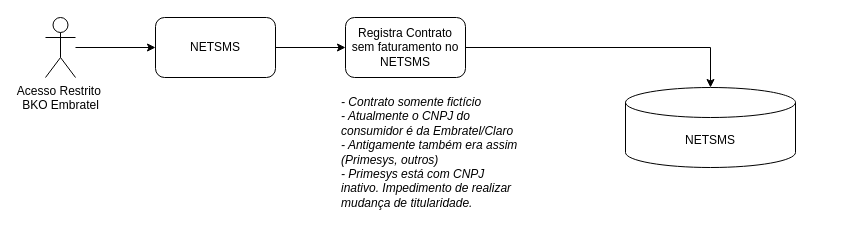
This is Alteração CNPJ PRIMESYS - BSoD NETSMS.drawio from samirali/ClaroBrasil, a draw.io file, before an edit. Source tidied: cells renumbered, new cells numbered last; positions are measured from the earlier drawing's top-left corner, leaving out a move shared by most shapes. Both pictures are drawn from the tidied source at 100%, with x=0, y=0 at pixel (45, 17).
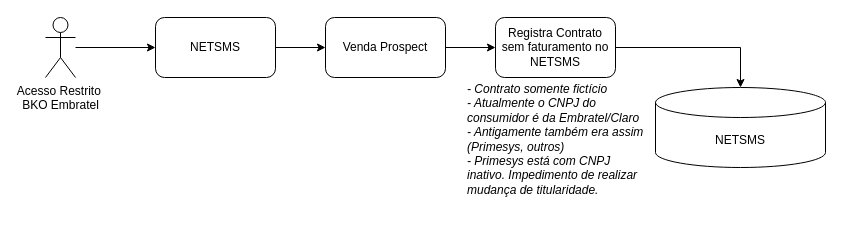
The same diagram, later.

Change to the diagram source:
```diff
@@
 <mxGraphModel>
   <root>
     <mxCell id="0" />
     <mxCell id="1" parent="0" />
-    <mxCell id="2" style="edgeStyle=orthogonalEdgeStyle;rounded=0;jettySize=auto;html=1;" parent="1" edge="1" source="3" target="6">
-      <mxGeometry relative="1" as="geometry" />
-    </mxCell>
+    <mxCell id="10" style="edgeStyle=orthogonalEdgeStyle;rounded=0;jettySize=auto;html=1;" parent="1" edge="1" source="3" target="12">
+      <mxGeometry relative="1" as="geometry" />
+    </mxCell>
     <mxCell id="3" value="NETSMS" style="rounded=1;whiteSpace=wrap;html=1;" parent="1" vertex="1">
       <mxGeometry x="110" width="120" height="60" as="geometry" />
     </mxCell>
     <mxCell id="4" style="edgeStyle=orthogonalEdgeStyle;rounded=0;jettySize=auto;html=1;entryX=0;entryY=0.5;entryDx=0;entryDy=0;" parent="1" edge="1" source="5" target="3">
       <mxGeometry relative="1" as="geometry" />
     </mxCell>
     <mxCell id="5" value="Acesso Restrito&amp;nbsp;&lt;div&gt;BKO Embratel&lt;/div&gt;" style="shape=umlActor;verticalLabelPosition=bottom;verticalAlign=top;html=1;outlineConnect=0;" parent="1" vertex="1">
       <mxGeometry width="30" height="60" as="geometry" />
     </mxCell>
     <mxCell id="6" value="Registra Contrato sem faturamento no NETSMS" style="rounded=1;whiteSpace=wrap;html=1;" parent="1" vertex="1">
-      <mxGeometry x="300" width="120" height="60" as="geometry" />
+      <mxGeometry x="450" width="120" height="60" as="geometry" />
     </mxCell>
     <mxCell id="7" value="- Contrato somente fictício&lt;div&gt;- Atualmente o CNPJ do consumidor é da Embratel/Claro&lt;/div&gt;&lt;div&gt;- Antigamente também era assim (Primesys, outros)&lt;/div&gt;&lt;div&gt;- Primesys está com CNPJ inativo. Impedimento de realizar mudança de titularidade.&lt;/div&gt;" style="text;html=1;align=left;verticalAlign=middle;whiteSpace=wrap;rounded=0;fontStyle=2;" parent="1" vertex="1">
-      <mxGeometry x="294" y="70" width="180" height="130" as="geometry" />
+      <mxGeometry x="420" y="57" width="180" height="130" as="geometry" />
     </mxCell>
     <mxCell id="8" value="NETSMS" style="shape=cylinder3;whiteSpace=wrap;html=1;boundedLbl=1;backgroundOutline=1;size=15;" parent="1" vertex="1">
-      <mxGeometry x="580" y="70" width="170" height="80" as="geometry" />
+      <mxGeometry x="610" y="70" width="170" height="80" as="geometry" />
     </mxCell>
     <mxCell id="9" style="edgeStyle=orthogonalEdgeStyle;rounded=0;jettySize=auto;html=1;entryX=0.5;entryY=0;entryDx=0;entryDy=0;entryPerimeter=0;" parent="1" edge="1" source="6" target="8">
       <mxGeometry relative="1" as="geometry" />
     </mxCell>
+    <mxCell id="11" style="edgeStyle=orthogonalEdgeStyle;rounded=0;jettySize=auto;html=1;entryX=0;entryY=0.5;entryDx=0;entryDy=0;" parent="1" edge="1" source="12" target="6">
+      <mxGeometry relative="1" as="geometry" />
+    </mxCell>
+    <mxCell id="12" value="Venda Prospect" style="rounded=1;whiteSpace=wrap;html=1;" parent="1" vertex="1">
+      <mxGeometry x="280" width="120" height="60" as="geometry" />
+    </mxCell>
   </root>
 </mxGraphModel>
```
